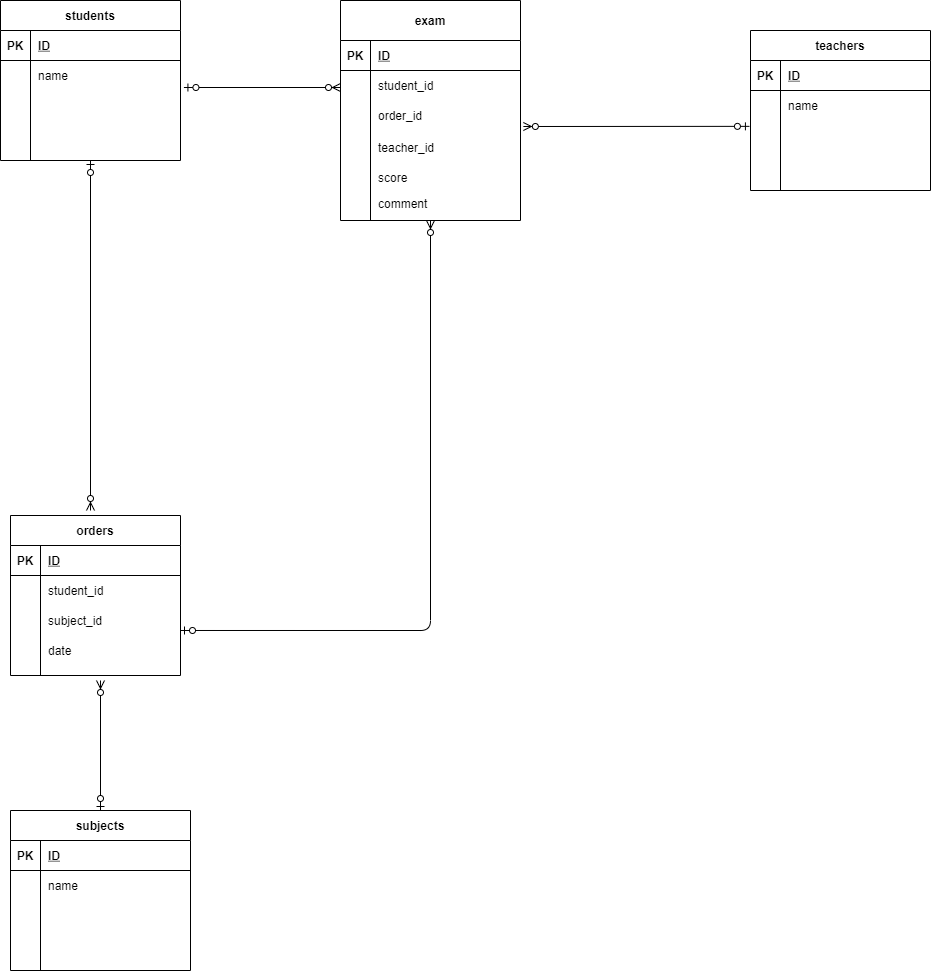
This is test.drawio.png from KentaIzu/DB, a draw.io export, as it was before one commit. Source tidied: cells renumbered, new cells last; positions are measured from the earlier drawing's top-left corner, leaving out a move shared by most shapes.
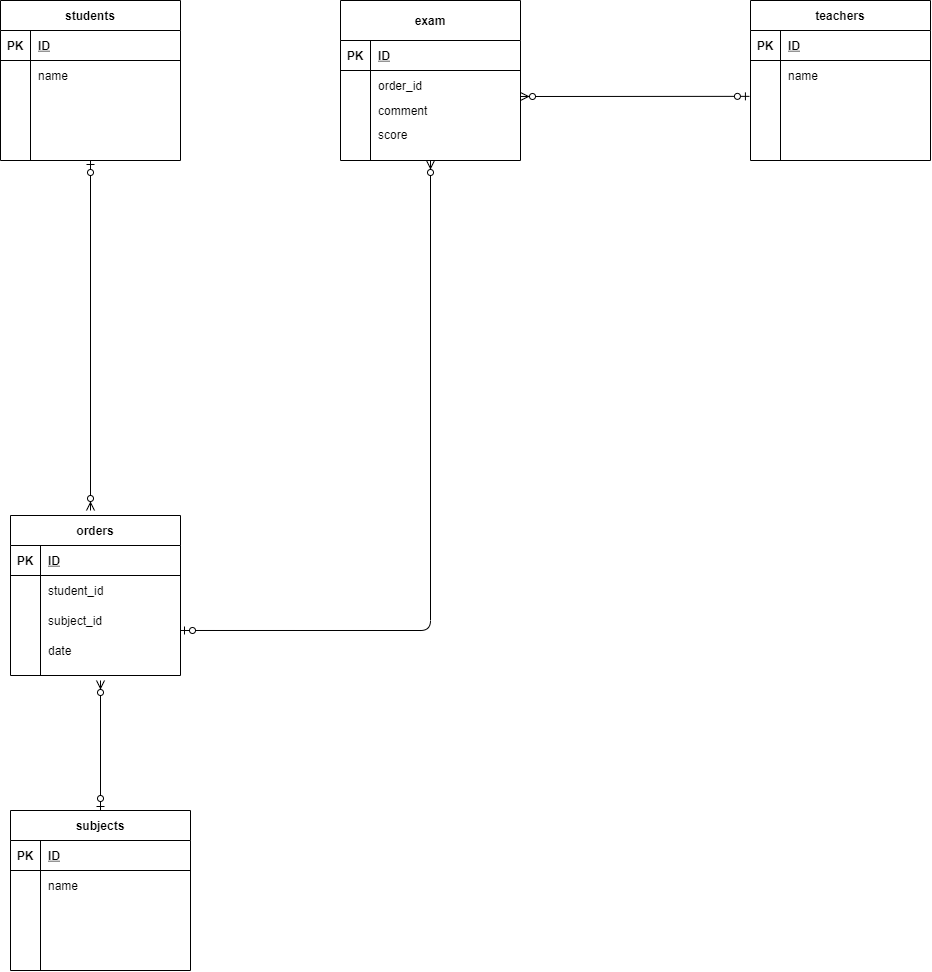
After the change.

The edit, as a diff of the source:
```diff
@@ -42,7 +42,7 @@
       <mxGeometry x="30" width="150" height="30" as="geometry" />
     </mxCell>
     <mxCell id="15" value="teachers" style="shape=table;startSize=30;rowLines=0;fontStyle=1;align=center;" parent="1" vertex="1">
-      <mxGeometry x="750" y="30" width="180" height="160" as="geometry" />
+      <mxGeometry x="750" width="180" height="160" as="geometry" />
     </mxCell>
     <mxCell id="16" style="shape=partialRectangle;fillColor=none;top=0;left=0;bottom=1;right=0;" parent="15" vertex="1">
       <mxGeometry y="30" width="180" height="30" as="geometry" />
@@ -124,17 +124,12 @@
         <mxPoint x="90" y="510" as="targetPoint" />
       </mxGeometry>
     </mxCell>
-    <mxCell id="42" style="fontSize=12;html=1;endArrow=ERzeroToOne;startArrow=ERzeroToMany;exitX=1.019;exitY=-0.1;exitDx=0;exitDy=0;exitPerimeter=0;startFill=1;endFill=1;entryX=1.019;entryY=-0.1;entryDx=0;entryDy=0;entryPerimeter=0;" parent="1" edge="1" target="9">
-      <mxGeometry relative="1" as="geometry">
-        <mxPoint x="340" y="87" as="sourcePoint" />
-      </mxGeometry>
-    </mxCell>
     <mxCell id="43" value="score" style="shape=partialRectangle;fillColor=none;top=0;left=0;bottom=0;right=0;align=left;spacingLeft=6;overflow=hidden;" parent="1" vertex="1">
-      <mxGeometry x="370" y="150" width="160" height="53" as="geometry" />
+      <mxGeometry x="370" y="107" width="160" height="53" as="geometry" />
     </mxCell>
-    <mxCell id="44" style="fontSize=12;html=1;endArrow=ERzeroToOne;startArrow=ERzeroToMany;exitX=-0.006;exitY=0.195;exitDx=0;exitDy=0;exitPerimeter=0;startFill=1;endFill=1;entryX=-0.006;entryY=0.195;entryDx=0;entryDy=0;entryPerimeter=0;" parent="1" edge="1" target="22">
+    <mxCell id="44" style="fontSize=12;html=1;endArrow=ERzeroToOne;startArrow=ERzeroToMany;startFill=1;endFill=1;entryX=-0.006;entryY=0.195;entryDx=0;entryDy=0;entryPerimeter=0;" parent="1" edge="1" target="22">
       <mxGeometry relative="1" as="geometry">
-        <mxPoint x="522.9" y="126" as="sourcePoint" />
+        <mxPoint x="520" y="96" as="sourcePoint" />
       </mxGeometry>
     </mxCell>
     <mxCell id="45" value="subjects" style="shape=table;startSize=30;rowLines=0;fontStyle=1;align=center;" parent="1" vertex="1">
@@ -177,7 +172,7 @@
       <mxGeometry x="30" width="150" height="30" as="geometry" />
     </mxCell>
     <mxCell id="58" value="exam" style="shape=table;startSize=40;rowLines=0;fontStyle=1;align=center;" parent="1" vertex="1">
-      <mxGeometry x="340" width="180" height="220" as="geometry" />
+      <mxGeometry x="340" width="180" height="160" as="geometry" />
     </mxCell>
     <mxCell id="59" style="shape=partialRectangle;fillColor=none;top=0;left=0;bottom=1;right=0;" parent="58" vertex="1">
       <mxGeometry y="40" width="180" height="30" as="geometry" />
@@ -188,24 +183,24 @@
     <mxCell id="61" value="ID" style="shape=partialRectangle;fillColor=none;top=0;left=0;bottom=0;right=0;align=left;spacingLeft=6;fontStyle=5;overflow=hidden;" parent="59" vertex="1">
       <mxGeometry x="30" width="150" height="30" as="geometry" />
     </mxCell>
+    <mxCell id="65" style="shape=partialRectangle;fillColor=none;top=0;left=0;bottom=0;right=0;" parent="58" vertex="1">
+      <mxGeometry y="70" width="180" height="30" as="geometry" />
+    </mxCell>
+    <mxCell id="66" style="shape=partialRectangle;fillColor=none;top=0;left=0;bottom=0;right=0;overflow=hidden;" parent="65" vertex="1">
+      <mxGeometry width="30" height="30" as="geometry" />
+    </mxCell>
+    <mxCell id="67" value="order_id" style="shape=partialRectangle;fillColor=none;top=0;left=0;bottom=0;right=0;align=left;spacingLeft=6;overflow=hidden;" parent="65" vertex="1">
+      <mxGeometry x="30" width="150" height="30" as="geometry" />
+    </mxCell>
     <mxCell id="62" style="shape=partialRectangle;fillColor=none;top=0;left=0;bottom=0;right=0;" parent="58" vertex="1">
-      <mxGeometry y="70" width="180" height="30" as="geometry" />
+      <mxGeometry y="100" width="180" height="30" as="geometry" />
     </mxCell>
     <mxCell id="63" style="shape=partialRectangle;fillColor=none;top=0;left=0;bottom=0;right=0;overflow=hidden;" parent="62" vertex="1">
       <mxGeometry width="30" height="30" as="geometry" />
     </mxCell>
-    <mxCell id="64" value="student_id" style="shape=partialRectangle;fillColor=none;top=0;left=0;bottom=0;right=0;align=left;spacingLeft=6;overflow=hidden;" parent="62" vertex="1">
+    <mxCell id="64" style="shape=partialRectangle;fillColor=none;top=0;left=0;bottom=0;right=0;align=left;spacingLeft=6;overflow=hidden;" parent="62" vertex="1">
       <mxGeometry x="30" width="150" height="30" as="geometry" />
     </mxCell>
-    <mxCell id="65" style="shape=partialRectangle;fillColor=none;top=0;left=0;bottom=0;right=0;" parent="58" vertex="1">
-      <mxGeometry y="100" width="180" height="30" as="geometry" />
-    </mxCell>
-    <mxCell id="66" style="shape=partialRectangle;fillColor=none;top=0;left=0;bottom=0;right=0;overflow=hidden;" parent="65" vertex="1">
-      <mxGeometry width="30" height="30" as="geometry" />
-    </mxCell>
-    <mxCell id="67" value="order_id" style="shape=partialRectangle;fillColor=none;top=0;left=0;bottom=0;right=0;align=left;spacingLeft=6;overflow=hidden;" parent="65" vertex="1">
-      <mxGeometry x="30" width="150" height="30" as="geometry" />
-    </mxCell>
     <mxCell id="68" style="fontSize=12;html=1;endArrow=ERzeroToOne;startArrow=ERzeroToMany;entryX=0.5;entryY=0;entryDx=0;entryDy=0;endFill=1;startFill=1;" parent="1" edge="1" target="45">
       <mxGeometry relative="1" as="geometry">
         <mxPoint x="100" y="680" as="sourcePoint" />
@@ -214,16 +209,11 @@
         </Array>
       </mxGeometry>
     </mxCell>
-    <mxCell id="69" style="fontSize=12;html=1;endArrow=ERzeroToMany;startArrow=ERzeroToOne;edgeStyle=orthogonalEdgeStyle;startFill=1;exitX=1;exitY=0.833;exitDx=0;exitDy=0;exitPerimeter=0;endFill=1;" parent="1" edge="1" source="35">
-      <mxGeometry relative="1" as="geometry">
-        <mxPoint x="430" y="220" as="targetPoint" />
-      </mxGeometry>
+    <mxCell id="69" style="fontSize=12;html=1;endArrow=ERzeroToMany;startArrow=ERzeroToOne;edgeStyle=orthogonalEdgeStyle;startFill=1;exitX=1;exitY=0.833;exitDx=0;exitDy=0;exitPerimeter=0;endFill=1;entryX=0.5;entryY=1;entryDx=0;entryDy=0;" parent="1" edge="1" source="35" target="58">
+      <mxGeometry relative="1" as="geometry" />
     </mxCell>
-    <mxCell id="70" value="teacher_id" style="shape=partialRectangle;fillColor=none;top=0;left=0;bottom=0;right=0;align=left;spacingLeft=6;overflow=hidden;" parent="1" vertex="1">
-      <mxGeometry x="370" y="120" width="160" height="53" as="geometry" />
-    </mxCell>
     <mxCell id="71" value="comment" style="shape=partialRectangle;fillColor=none;top=0;left=0;bottom=0;right=0;align=left;spacingLeft=6;overflow=hidden;" parent="1" vertex="1">
-      <mxGeometry x="370" y="168" width="160" height="70" as="geometry" />
+      <mxGeometry x="370" y="75" width="160" height="70" as="geometry" />
     </mxCell>
   </root>
 </mxGraphModel>
```
